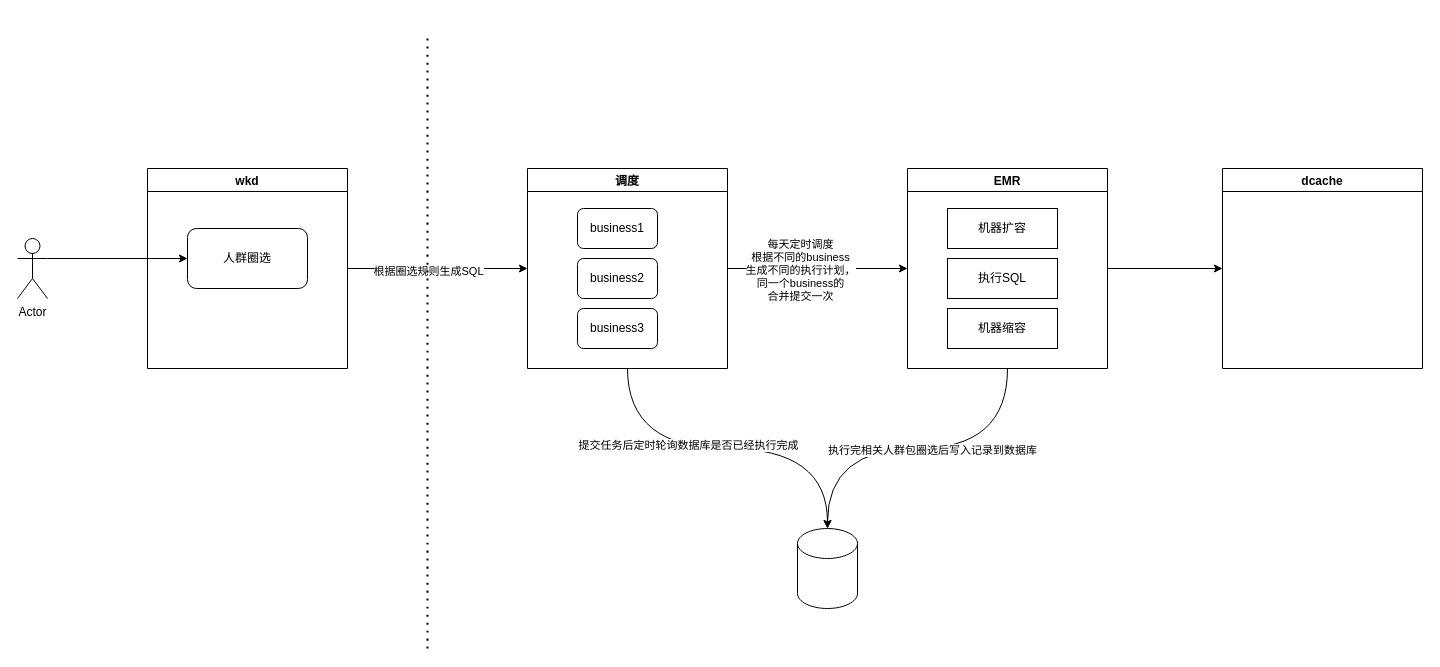
This is 导数据流程.drawio from zhou191101/draw, a draw.io file, before an edit. Source tidied: cells renumbered, new cells numbered last; positions are measured from the earlier drawing's top-left corner, leaving out a move shared by most shapes. Both pictures are drawn from the tidied source at 100%, with x=0, y=0 at pixel (17, 38).
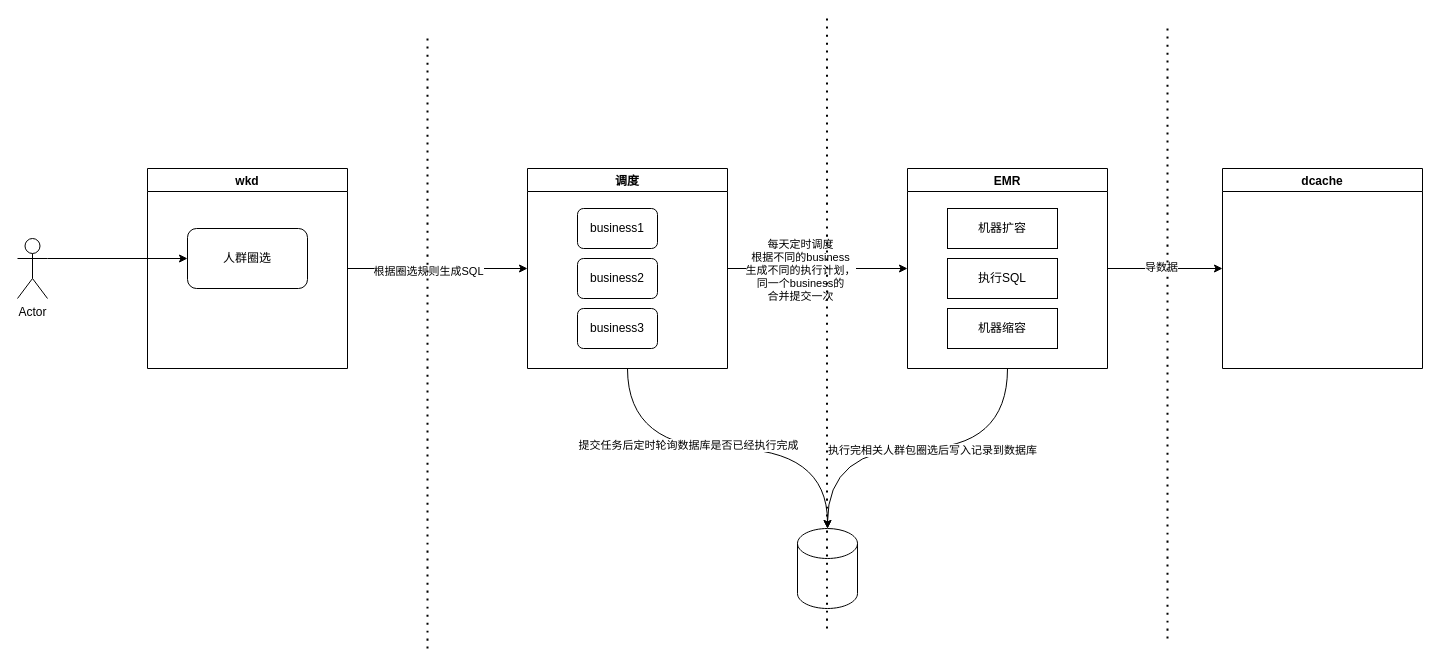
Above is the later version.

Commit message (it also covers changes not shown here):
Update 导数据流程.drawio

Unchanged cells that the change refers to:
```xml
<mxCell id="17" style="edgeStyle=orthogonalEdgeStyle;rounded=0;jettySize=auto;html=1;entryX=0;entryY=0.5;entryDx=0;entryDy=0;" parent="1" edge="1" source="20" target="24">
  <mxGeometry relative="1" as="geometry" />
</mxCell>
```

The edit, as a diff of the source:
```diff
@@
+    <mxCell id="26" value="导数据" style="edgeLabel;html=1;align=center;verticalAlign=middle;" parent="17" vertex="1">
+      <mxGeometry x="-0.08" y="2" relative="1" as="geometry" />
+    </mxCell>
@@
+    <mxCell id="27" style="endArrow=none;dashed=1;html=1;dashPattern=1 3;strokeWidth=2;rounded=0;curved=1;" parent="1" edge="1">
+      <mxGeometry relative="1" as="geometry">
+        <mxPoint x="809.5" y="590" as="sourcePoint" />
+        <mxPoint x="809.5" y="-20" as="targetPoint" />
+      </mxGeometry>
+    </mxCell>
+    <mxCell id="28" style="endArrow=none;dashed=1;html=1;dashPattern=1 3;strokeWidth=2;rounded=0;curved=1;" parent="1" edge="1">
+      <mxGeometry relative="1" as="geometry">
+        <mxPoint x="1150" y="600" as="sourcePoint" />
+        <mxPoint x="1150" y="-10" as="targetPoint" />
+      </mxGeometry>
+    </mxCell>
```
